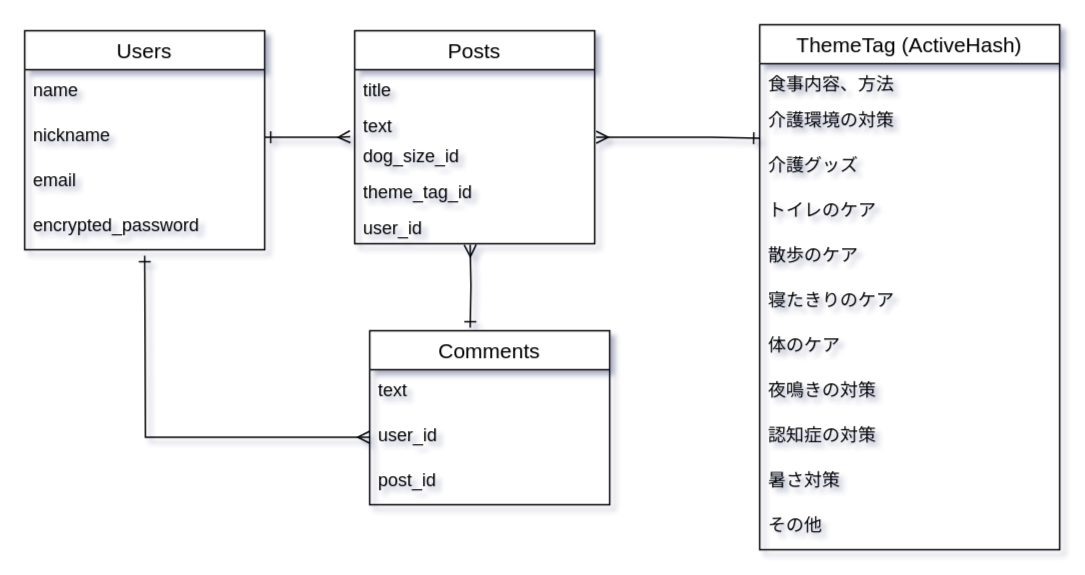
Earlier version of the draw.io diagram ER.dio (Amanatsu90/pet_care). Source tidied: cells renumbered, new cells numbered last; positions are measured from the earlier drawing's top-left corner, leaving out a move shared by most shapes. Both pictures are drawn from the tidied source at 150%, with x=0, y=0 at pixel (24, 24).
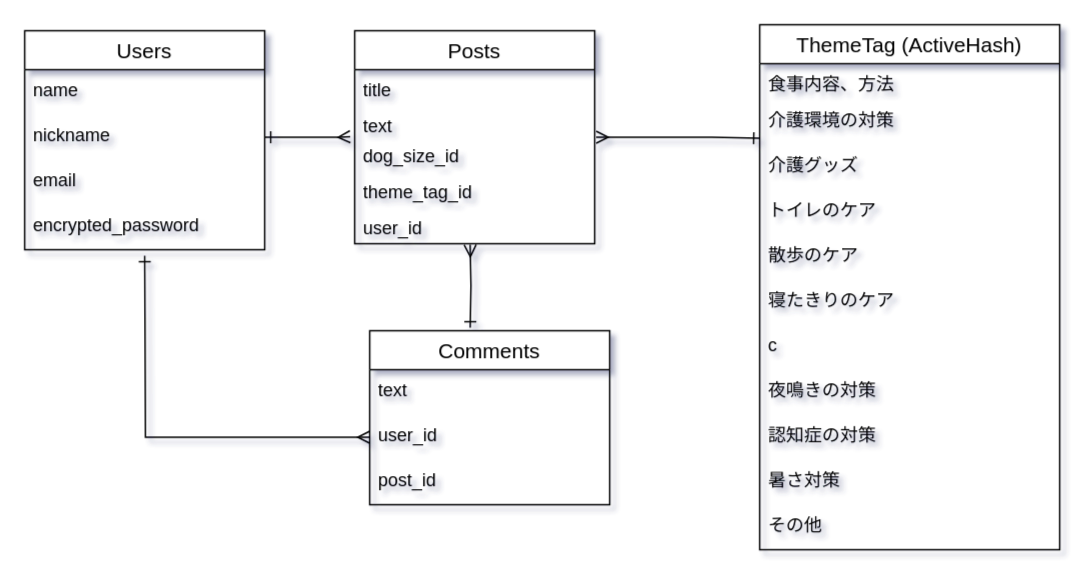
After the change.

Unchanged cells that the change refers to:
```xml
<mxCell id="20" value="ThemeTag (ActiveHash)" style="swimlane;fontStyle=0;horizontal=1;startSize=26;align=center;fontSize=14;" parent="1" vertex="1">
  <mxGeometry x="490" width="200" height="350" as="geometry" />
</mxCell>
```

What changed in the source:
```diff
@@
-    <mxCell id="27" value="体のケア" style="text;strokeColor=none;fillColor=none;spacingLeft=4;spacingRight=4;overflow=hidden;fontSize=12;" parent="20" vertex="1">
+    <mxCell id="27" value="c" style="text;strokeColor=none;fillColor=none;spacingLeft=4;spacingRight=4;overflow=hidden;fontSize=12;" parent="20" vertex="1">
       <mxGeometry y="200" width="200" height="30" as="geometry" />
     </mxCell>
```
